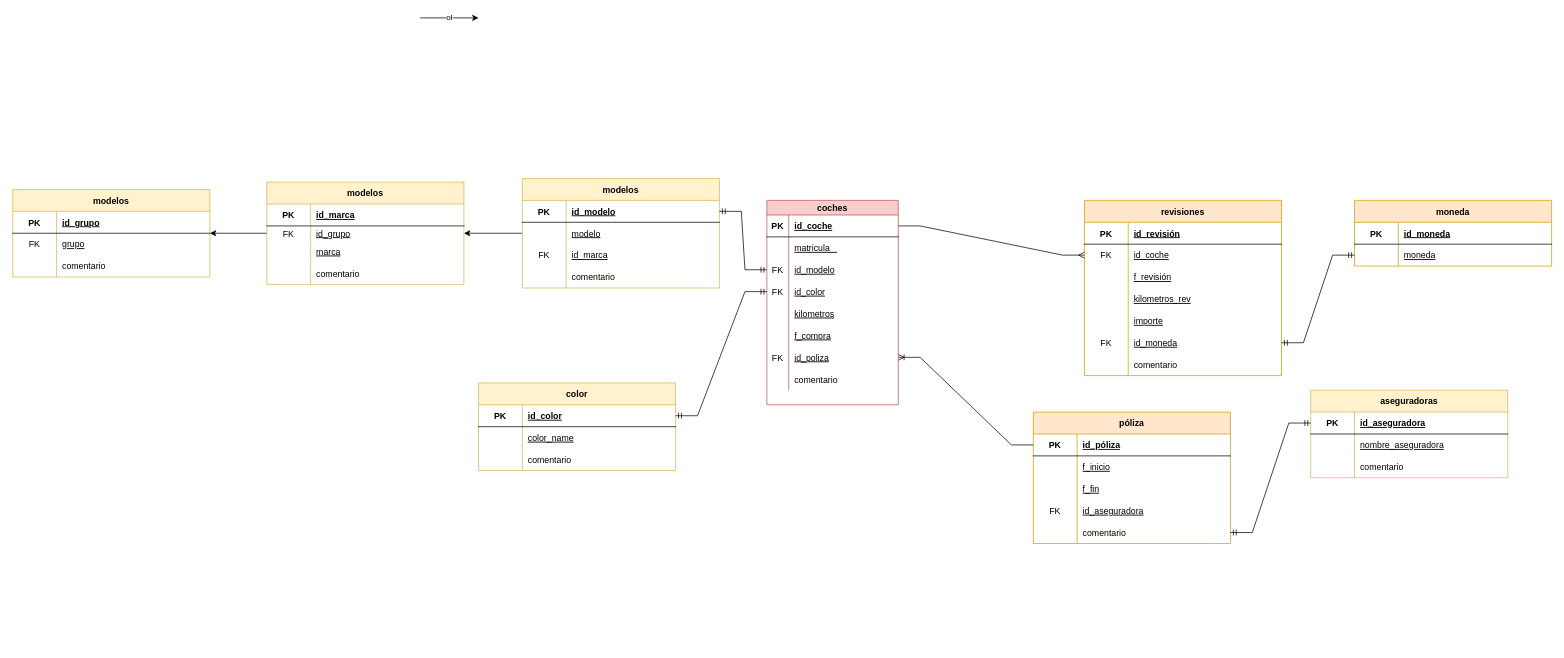
Before: Diagrama_ER_AnaGallegos.drawio in AnaGallegos/Practica-SQL-AGG, a draw.io diagram. Source tidied: cells renumbered, new cells numbered last; positions are measured from the earlier drawing's top-left corner, leaving out a move shared by most shapes. Both pictures are drawn from the tidied source at 73%, with x=0, y=0 at pixel (12, 18).
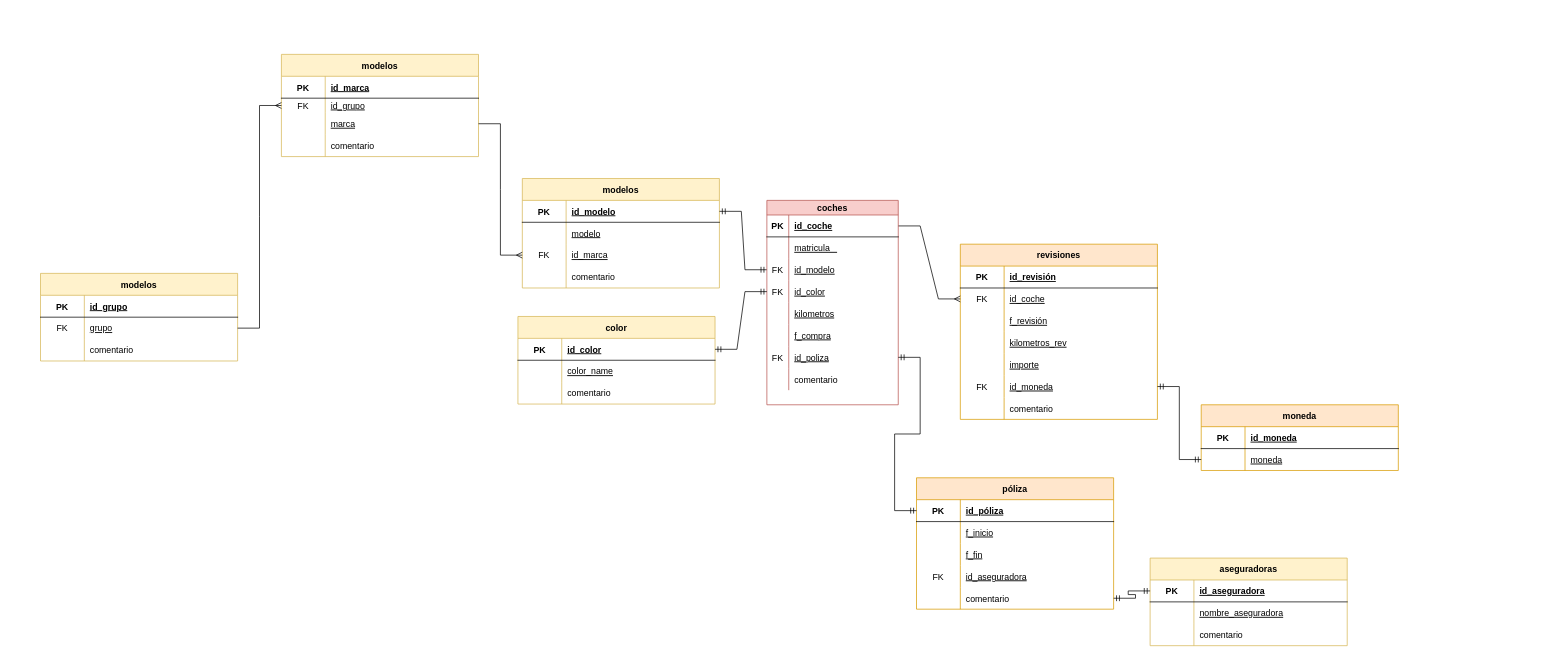
Above is the later version.

The change refers to these unchanged cells:
```xml
<mxCell id="13" value="modelos" style="shape=table;startSize=30;childLayout=tableLayout;rowLines=0;fontStyle=1;align=center;fillColor=#fff2cc;strokeColor=#d6b656;" parent="1" vertex="1">
  <mxGeometry x="698" y="220" width="270" height="150" as="geometry" />
</mxCell>
<mxCell id="20" style="shape=tableRow;horizontal=0;startSize=0;swimlaneHead=0;swimlaneBody=0;fillColor=none;points=[[0,0.5],[1,0.5]];portConstraint=eastwest;top=0;left=0;right=0;bottom=0;" parent="13" vertex="1">
  <mxGeometry y="90" width="270" height="30" as="geometry" />
</mxCell>
<mxCell id="49" style="shape=tableRow;horizontal=0;startSize=0;swimlaneHead=0;swimlaneBody=0;fillColor=none;points=[[0,0.5],[1,0.5]];portConstraint=eastwest;top=0;left=0;right=0;bottom=1;" parent="48" vertex="1">
  <mxGeometry y="30" width="270" height="30" as="geometry" />
</mxCell>
<mxCell id="108" style="shape=tableRow;horizontal=0;startSize=0;swimlaneHead=0;swimlaneBody=0;fillColor=none;points=[[0,0.5],[1,0.5]];portConstraint=eastwest;top=0;left=0;right=0;bottom=0;" parent="89" vertex="1">
  <mxGeometry y="200" width="180" height="30" as="geometry" />
</mxCell>
<mxCell id="120" style="shape=tableRow;horizontal=0;startSize=0;swimlaneHead=0;swimlaneBody=0;fillColor=none;points=[[0,0.5],[1,0.5]];portConstraint=eastwest;top=0;left=0;right=0;bottom=0;" parent="116" vertex="1">
  <mxGeometry y="60" width="270" height="20" as="geometry" />
</mxCell>
<mxCell id="123" style="shape=tableRow;horizontal=0;startSize=0;swimlaneHead=0;swimlaneBody=0;fillColor=none;points=[[0,0.5],[1,0.5]];portConstraint=eastwest;top=0;left=0;right=0;bottom=0;" parent="116" vertex="1">
  <mxGeometry y="80" width="270" height="30" as="geometry" />
</mxCell>
<mxCell id="133" style="shape=tableRow;horizontal=0;startSize=0;swimlaneHead=0;swimlaneBody=0;fillColor=none;points=[[0,0.5],[1,0.5]];portConstraint=eastwest;top=0;left=0;right=0;bottom=0;" parent="129" vertex="1">
  <mxGeometry y="60" width="270" height="30" as="geometry" />
</mxCell>
```

The edit, as a diff of the source:
```diff
@@
     <mxCell id="2" value="color" style="shape=table;startSize=30;childLayout=tableLayout;rowLines=0;fontStyle=1;align=center;fillColor=#fff2cc;strokeColor=#d6b656;" parent="1" vertex="1">
-      <mxGeometry x="638" y="500" width="270" height="120" as="geometry" />
+      <mxGeometry x="692" y="409" width="270" height="120" as="geometry" />
     </mxCell>
@@
-    <mxCell id="12" style="edgeStyle=orthogonalEdgeStyle;rounded=0;jettySize=auto;html=1;" parent="1" edge="1" source="13" target="116">
-      <mxGeometry relative="1" as="geometry" />
-    </mxCell>
@@
     <mxCell id="26" value="revisiones" style="shape=table;startSize=30;childLayout=tableLayout;rowLines=0;fontStyle=1;align=center;fillColor=#ffe6cc;strokeColor=#d79b00;" parent="1" vertex="1">
-      <mxGeometry x="1468" y="250" width="270" height="240" as="geometry" />
+      <mxGeometry x="1298" y="310" width="270" height="240" as="geometry" />
     </mxCell>
@@
     <mxCell id="48" value="póliza" style="shape=table;startSize=30;childLayout=tableLayout;rowLines=0;fontStyle=1;align=center;fillColor=#ffe6cc;strokeColor=#d79b00;" parent="1" vertex="1">
-      <mxGeometry x="1398" y="540" width="270" height="180" as="geometry" />
+      <mxGeometry x="1238" y="630" width="270" height="180" as="geometry" />
     </mxCell>
@@
     <mxCell id="64" value="aseguradoras" style="shape=table;startSize=30;childLayout=tableLayout;rowLines=0;fontStyle=1;align=center;fillColor=#fff2cc;strokeColor=#d6b656;" parent="1" vertex="1">
-      <mxGeometry x="1778" y="510" width="270" height="120" as="geometry" />
+      <mxGeometry x="1558" y="740" width="270" height="120" as="geometry" />
     </mxCell>
@@
     <mxCell id="74" value="moneda" style="shape=table;startSize=30;childLayout=tableLayout;rowLines=0;fontStyle=1;align=center;fillColor=#ffe6cc;strokeColor=#d79b00;" parent="1" vertex="1">
-      <mxGeometry x="1838" y="250" width="270" height="90" as="geometry" />
+      <mxGeometry x="1628" y="530" width="270" height="90" as="geometry" />
     </mxCell>
@@
-    <mxCell id="87" style="edgeStyle=entityRelationEdgeStyle;fontSize=12;html=1;endArrow=ERoneToMany;rounded=0;entryX=1;entryY=0.5;entryDx=0;entryDy=0;exitX=0;exitY=0.5;exitDx=0;exitDy=0;" parent="1" edge="1" source="49" target="108">
-      <mxGeometry relative="1" as="geometry" />
-    </mxCell>
-    <mxCell id="88" value="ol" style="edgeStyle=none;orthogonalLoop=1;jettySize=auto;html=1;rounded=0;" parent="1" edge="1">
-      <mxGeometry relative="1" as="geometry">
-        <mxPoint x="558" as="sourcePoint" />
-        <mxPoint x="638" as="targetPoint" />
-      </mxGeometry>
-    </mxCell>
@@
-    <mxCell id="115" style="edgeStyle=orthogonalEdgeStyle;rounded=0;jettySize=auto;html=1;" parent="1" edge="1" source="116" target="129">
-      <mxGeometry relative="1" as="geometry" />
-    </mxCell>
     <mxCell id="116" value="modelos" style="shape=table;startSize=30;childLayout=tableLayout;rowLines=0;fontStyle=1;align=center;fillColor=#fff2cc;strokeColor=#d6b656;" parent="1" vertex="1">
-      <mxGeometry x="348" y="225" width="270" height="140" as="geometry" />
+      <mxGeometry x="368" y="50" width="270" height="140" as="geometry" />
     </mxCell>
@@
     <mxCell id="129" value="modelos" style="shape=table;startSize=30;childLayout=tableLayout;rowLines=0;fontStyle=1;align=center;fillColor=#fff2cc;strokeColor=#d6b656;" parent="1" vertex="1">
-      <mxGeometry y="235" width="270" height="120" as="geometry" />
+      <mxGeometry x="38" y="350" width="270" height="120" as="geometry" />
     </mxCell>
@@
+    <mxCell id="139" style="edgeStyle=entityRelationEdgeStyle;fontSize=12;html=1;endArrow=ERmany;rounded=0;exitX=1;exitY=0.5;exitDx=0;exitDy=0;entryX=0;entryY=0.5;entryDx=0;entryDy=0;" parent="1" edge="1" source="123" target="20">
+      <mxGeometry relative="1" as="geometry" />
+    </mxCell>
+    <mxCell id="140" style="edgeStyle=entityRelationEdgeStyle;fontSize=12;html=1;endArrow=ERmany;rounded=0;exitX=1;exitY=0.5;exitDx=0;exitDy=0;entryX=0;entryY=0.5;entryDx=0;entryDy=0;" parent="1" edge="1" source="133" target="120">
+      <mxGeometry relative="1" as="geometry" />
+    </mxCell>
+    <mxCell id="87" style="edgeStyle=entityRelationEdgeStyle;fontSize=12;html=1;endArrow=ERmandOne;startArrow=ERmandOne;rounded=0;exitX=0;exitY=0.5;exitDx=0;exitDy=0;entryX=1;entryY=0.5;entryDx=0;entryDy=0;" parent="1" edge="1" source="49" target="108">
+      <mxGeometry relative="1" as="geometry" />
+    </mxCell>
```
